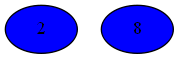
Earlier version of the Graphviz export Compiler/6iGraph.png (mbajaj92/Project-Astoria). Its source is kept beside it as Compiler/6iGraph.dot. Its diagram source:
```dot
strict graph {
2[label="2" style=filled fillcolor="blue1"];
8[label="8" style=filled fillcolor="blue1"];
}
```
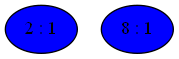
After the change.

Diff of the diagram source:
```diff
@@ -1,4 +1,4 @@
 strict graph {
-2[label="2" style=filled fillcolor="blue1"];
-8[label="8" style=filled fillcolor="blue1"];
+2[label="2 : 1" style=filled fillcolor="blue1"];
+8[label="8 : 1" style=filled fillcolor="blue1"];
 }
```
